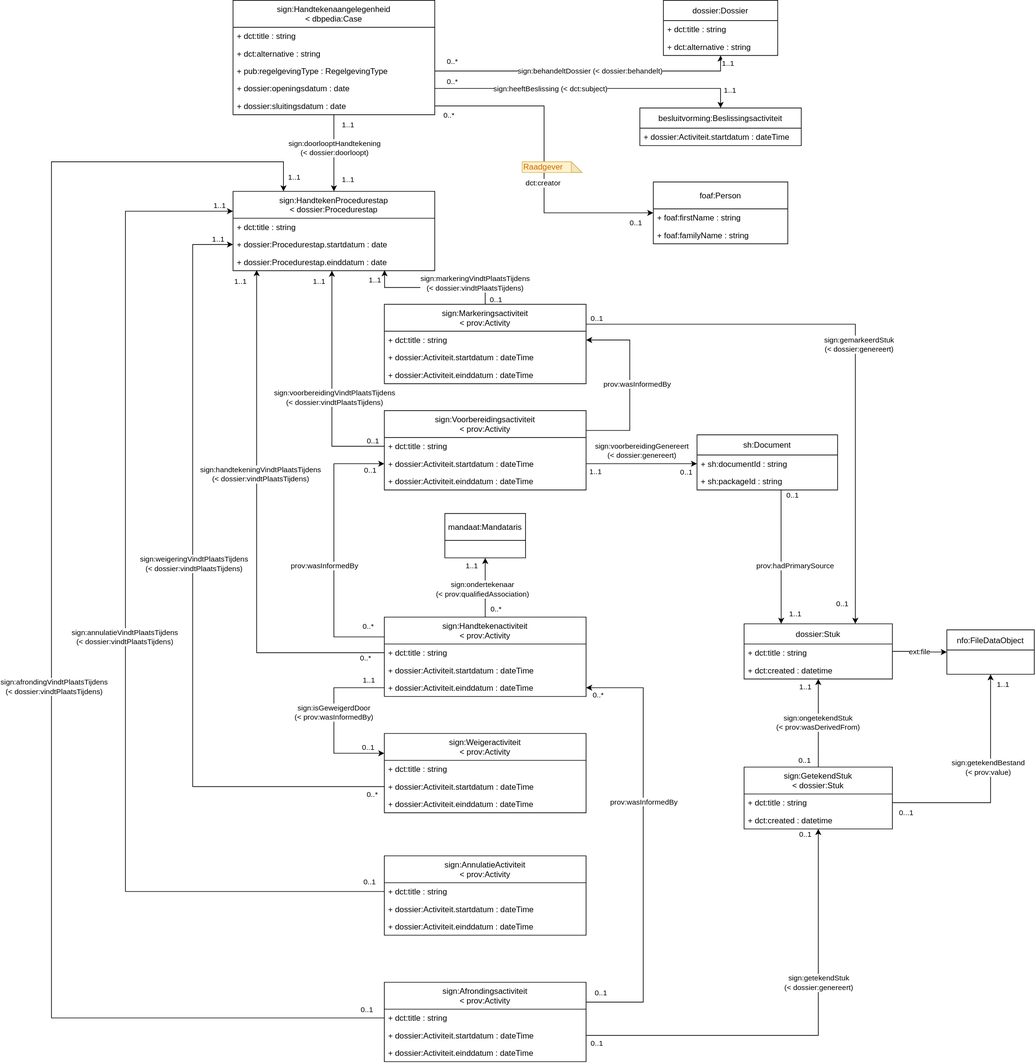
Earlier version of the draw.io export images/signing-flow-data-model.svg (kanselarij-vlaanderen/kaleidos-documentation). Source tidied: cells renumbered, new cells last; positions are measured from the earlier drawing's top-left corner, leaving out a move shared by most shapes.
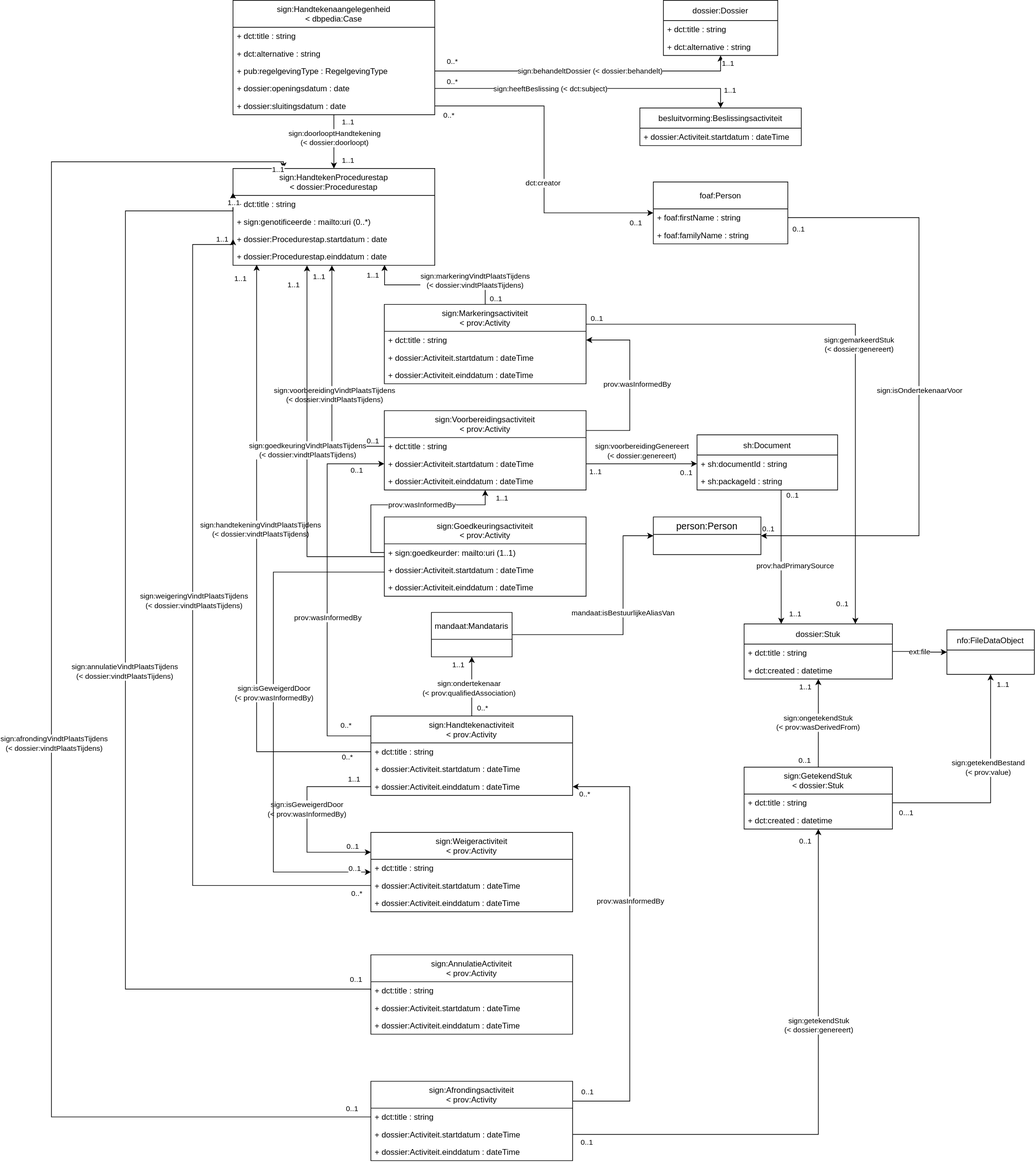
After the commit.

Commit message:
add goedkeurder to signing-flow data-model

Diff of the diagram source:
```diff
@@ -3,16 +3,19 @@
     <mxCell id="0" />
     <mxCell id="1" parent="0" />
     <mxCell id="2" value="sign:HandtekenProcedurestap&#10;&lt; dossier:Procedurestap" style="swimlane;fontStyle=0;horizontal=1;startSize=40;fillColor=none;" parent="1" vertex="1">
-      <mxGeometry x="270" y="284" width="300" height="118" as="geometry" />
+      <mxGeometry x="270" y="250" width="300" height="144" as="geometry" />
     </mxCell>
     <mxCell id="3" value="+ dct:title : string" style="text;strokeColor=none;fillColor=none;align=left;verticalAlign=top;spacingLeft=4;spacingRight=4;overflow=hidden;" parent="2" vertex="1">
       <mxGeometry y="40" width="300" height="26" as="geometry" />
     </mxCell>
+    <mxCell id="139" value="+ sign:genotificeerde : mailto:uri (0..*) " style="text;strokeColor=none;fillColor=none;align=left;verticalAlign=top;spacingLeft=4;spacingRight=4;overflow=hidden;" parent="2" vertex="1">
+      <mxGeometry y="66" width="300" height="26" as="geometry" />
+    </mxCell>
     <mxCell id="4" value="+ dossier:Procedurestap.startdatum : date" style="text;strokeColor=none;fillColor=none;align=left;verticalAlign=top;spacingLeft=4;spacingRight=4;overflow=hidden;points=[[0,0.5],[1,0.5]];portConstraint=eastwest;" parent="2" vertex="1">
-      <mxGeometry y="66" width="300" height="26" as="geometry" />
+      <mxGeometry y="92" width="300" height="26" as="geometry" />
     </mxCell>
     <mxCell id="5" value="+ dossier:Procedurestap.einddatum : date" style="text;strokeColor=none;fillColor=none;align=left;verticalAlign=top;spacingLeft=4;spacingRight=4;overflow=hidden;points=[[0,0.5],[1,0.5]];portConstraint=eastwest;" parent="2" vertex="1">
-      <mxGeometry y="92" width="300" height="26" as="geometry" />
+      <mxGeometry y="118" width="300" height="26" as="geometry" />
     </mxCell>
     <mxCell id="6" style="edgeStyle=orthogonalEdgeStyle;rounded=0;jettySize=auto;html=1;" parent="1" edge="1" source="10" target="2">
       <mxGeometry relative="1" as="geometry" />
@@ -96,7 +99,11 @@
       </mxGeometry>
     </mxCell>
     <mxCell id="29" style="edgeStyle=orthogonalEdgeStyle;rounded=0;jettySize=auto;html=1;exitX=0;exitY=0.5;exitDx=0;exitDy=0;entryX=0.117;entryY=0.962;entryDx=0;entryDy=0;entryPerimeter=0;" parent="1" edge="1" source="34" target="5">
-      <mxGeometry relative="1" as="geometry" />
+      <mxGeometry relative="1" as="geometry">
+        <Array as="points">
+          <mxPoint x="305" y="1117" />
+        </Array>
+      </mxGeometry>
     </mxCell>
     <mxCell id="30" value="sign:handtekeningVindtPlaatsTijdens&lt;br&gt;(&amp;lt; dossier:vindtPlaatsTijdens)" style="edgeLabel;html=1;align=center;verticalAlign=middle;" parent="29" vertex="1">
       <mxGeometry x="-0.34" y="-4" relative="1" as="geometry">
@@ -114,7 +121,7 @@
       </mxGeometry>
     </mxCell>
     <mxCell id="33" value="sign:Handtekenactiviteit&#10;&lt; prov:Activity" style="swimlane;fontStyle=0;horizontal=1;startSize=40;fillColor=none;" parent="1" vertex="1">
-      <mxGeometry x="495" y="917" width="300" height="118" as="geometry" />
+      <mxGeometry x="475" y="1064" width="300" height="118" as="geometry" />
     </mxCell>
     <mxCell id="34" value="+ dct:title : string" style="text;strokeColor=none;fillColor=none;align=left;verticalAlign=top;spacingLeft=4;spacingRight=4;overflow=hidden;points=[[0,0.5],[1,0.5]];portConstraint=eastwest;" parent="33" vertex="1">
       <mxGeometry y="40" width="300" height="26" as="geometry" />
@@ -273,11 +280,16 @@
         <mxPoint x="11" y="13" as="offset" />
       </mxGeometry>
     </mxCell>
-    <mxCell id="70" value="&lt;font color=&quot;#cc6600&quot;&gt;Raadgever&lt;/font&gt;" style="shape=note;whiteSpace=wrap;html=1;backgroundOutline=1;darkOpacity=0.05;fillColor=#fff2cc;strokeColor=#d6b656;align=left;size=16;" parent="1" vertex="1">
-      <mxGeometry x="700" y="240" width="89" height="16" as="geometry" />
-    </mxCell>
+    <mxCell id="140" style="edgeStyle=orthogonalEdgeStyle;rounded=0;jettySize=auto;html=1;entryX=0;entryY=0.5;entryDx=0;entryDy=0;" parent="1" edge="1" source="71" target="141">
+      <mxGeometry relative="1" as="geometry">
+        <Array as="points">
+          <mxPoint x="850" y="943" />
+          <mxPoint x="850" y="796" />
+        </Array>
+      </mxGeometry>
+    </mxCell>
     <mxCell id="71" value="mandaat:Mandataris" style="swimlane;fontStyle=0;horizontal=1;startSize=40;fillColor=none;" parent="1" vertex="1">
-      <mxGeometry x="585" y="763" width="120" height="66" as="geometry" />
+      <mxGeometry x="565" y="910" width="120" height="66" as="geometry" />
     </mxCell>
     <mxCell id="72" style="edgeStyle=orthogonalEdgeStyle;rounded=0;jettySize=auto;html=1;exitX=0.5;exitY=0;exitDx=0;exitDy=0;" parent="1" edge="1" source="33" target="71">
       <mxGeometry relative="1" as="geometry" />
@@ -300,14 +312,14 @@
     <mxCell id="76" style="edgeStyle=orthogonalEdgeStyle;rounded=0;jettySize=auto;html=1;entryX=0;entryY=0.5;entryDx=0;entryDy=0;exitX=0;exitY=0.25;exitDx=0;exitDy=0;" parent="1" edge="1" source="33" target="49">
       <mxGeometry relative="1" as="geometry">
         <Array as="points">
-          <mxPoint x="420" y="947" />
-          <mxPoint x="420" y="689" />
+          <mxPoint x="410" y="1094" />
+          <mxPoint x="410" y="689" />
         </Array>
       </mxGeometry>
     </mxCell>
     <mxCell id="77" value="prov:wasInformedBy" style="edgeLabel;html=1;align=center;verticalAlign=middle;" parent="76" vertex="1">
       <mxGeometry x="-0.19" y="2" relative="1" as="geometry">
-        <mxPoint x="-13" y="-15" as="offset" />
+        <mxPoint x="2" y="-15" as="offset" />
       </mxGeometry>
     </mxCell>
     <mxCell id="78" value="0..1" style="edgeLabel;html=1;align=center;verticalAlign=middle;" parent="76" vertex="1">
@@ -358,7 +370,7 @@
     <mxCell id="88" style="edgeStyle=orthogonalEdgeStyle;rounded=0;jettySize=auto;html=1;entryX=0;entryY=0.5;entryDx=0;entryDy=0;exitX=0;exitY=0.5;exitDx=0;exitDy=0;" parent="1" edge="1" source="94" target="4">
       <mxGeometry relative="1" as="geometry">
         <Array as="points">
-          <mxPoint x="210" y="1169" />
+          <mxPoint x="210" y="1316" />
           <mxPoint x="210" y="363" />
         </Array>
       </mxGeometry>
@@ -377,7 +389,7 @@
       </mxGeometry>
     </mxCell>
     <mxCell id="92" value="sign:Weigeractiviteit&#10;&lt; prov:Activity" style="swimlane;fontStyle=0;horizontal=1;startSize=40;fillColor=none;" parent="1" vertex="1">
-      <mxGeometry x="495" y="1090" width="300" height="118" as="geometry" />
+      <mxGeometry x="475" y="1237" width="300" height="118" as="geometry" />
     </mxCell>
     <mxCell id="93" value="+ dct:title : string" style="text;strokeColor=none;fillColor=none;align=left;verticalAlign=top;spacingLeft=4;spacingRight=4;overflow=hidden;" parent="92" vertex="1">
       <mxGeometry y="40" width="300" height="26" as="geometry" />
@@ -391,8 +403,9 @@
     <mxCell id="96" style="edgeStyle=orthogonalEdgeStyle;rounded=0;jettySize=auto;html=1;exitX=0;exitY=0.5;exitDx=0;exitDy=0;entryX=0;entryY=0.25;entryDx=0;entryDy=0;" parent="1" edge="1" source="36" target="92">
       <mxGeometry relative="1" as="geometry">
         <Array as="points">
-          <mxPoint x="420" y="1022" />
-          <mxPoint x="420" y="1120" />
+          <mxPoint x="380" y="1169" />
+          <mxPoint x="380" y="1267" />
+          <mxPoint x="475" y="1267" />
         </Array>
       </mxGeometry>
     </mxCell>
@@ -412,8 +425,9 @@
     <mxCell id="100" style="edgeStyle=orthogonalEdgeStyle;rounded=0;jettySize=auto;html=1;entryX=0;entryY=0.25;entryDx=0;entryDy=0;exitX=0;exitY=0.5;exitDx=0;exitDy=0;" parent="1" edge="1" source="105" target="2">
       <mxGeometry relative="1" as="geometry">
         <Array as="points">
-          <mxPoint x="110" y="1325" />
-          <mxPoint x="110" y="314" />
+          <mxPoint x="475" y="1470" />
+          <mxPoint x="110" y="1470" />
+          <mxPoint x="110" y="313" />
         </Array>
       </mxGeometry>
     </mxCell>
@@ -431,7 +445,7 @@
       </mxGeometry>
     </mxCell>
     <mxCell id="104" value="sign:AnnulatieActiviteit&#10;&lt; prov:Activity" style="swimlane;fontStyle=0;horizontal=1;startSize=40;fillColor=none;" parent="1" vertex="1">
-      <mxGeometry x="495" y="1272" width="300" height="118" as="geometry" />
+      <mxGeometry x="475" y="1419" width="300" height="118" as="geometry" />
     </mxCell>
     <mxCell id="105" value="+ dct:title : string" style="text;strokeColor=none;fillColor=none;align=left;verticalAlign=top;spacingLeft=4;spacingRight=4;overflow=hidden;points=[[0,0.5],[1,0.5]];portConstraint=eastwest;" parent="104" vertex="1">
       <mxGeometry y="40" width="300" height="26" as="geometry" />
@@ -445,7 +459,7 @@
     <mxCell id="108" style="edgeStyle=orthogonalEdgeStyle;rounded=0;jettySize=auto;html=1;entryX=0.25;entryY=0;entryDx=0;entryDy=0;exitX=0;exitY=0.5;exitDx=0;exitDy=0;" parent="1" edge="1" source="113" target="2">
       <mxGeometry relative="1" as="geometry">
         <Array as="points">
-          <mxPoint y="1513" />
+          <mxPoint y="1660" />
           <mxPoint y="240" />
           <mxPoint x="345" y="240" />
         </Array>
@@ -465,7 +479,7 @@
       </mxGeometry>
     </mxCell>
     <mxCell id="112" value="sign:Afrondingsactiviteit&#10;&lt; prov:Activity" style="swimlane;fontStyle=0;horizontal=1;startSize=40;fillColor=none;" parent="1" vertex="1">
-      <mxGeometry x="495" y="1460" width="300" height="118" as="geometry" />
+      <mxGeometry x="475" y="1607" width="300" height="118" as="geometry" />
     </mxCell>
     <mxCell id="113" value="+ dct:title : string" style="text;strokeColor=none;fillColor=none;align=left;verticalAlign=top;spacingLeft=4;spacingRight=4;overflow=hidden;points=[[0,0.5],[1,0.5]];portConstraint=eastwest;" parent="112" vertex="1">
       <mxGeometry y="40" width="300" height="26" as="geometry" />
@@ -479,8 +493,8 @@
     <mxCell id="116" style="edgeStyle=orthogonalEdgeStyle;rounded=0;jettySize=auto;html=1;exitX=1;exitY=0.25;exitDx=0;exitDy=0;" parent="1" edge="1" source="112" target="36">
       <mxGeometry relative="1" as="geometry">
         <Array as="points">
-          <mxPoint x="880" y="1490" />
-          <mxPoint x="880" y="1022" />
+          <mxPoint x="860" y="1637" />
+          <mxPoint x="860" y="1169" />
         </Array>
       </mxGeometry>
     </mxCell>
@@ -570,5 +584,92 @@
         <mxPoint x="5" y="12" as="offset" />
       </mxGeometry>
     </mxCell>
+    <mxCell id="141" value="person:Person" style="swimlane;fontStyle=0;horizontal=1;startSize=26;align=center;fontSize=14;" parent="1" vertex="1">
+      <mxGeometry x="895" y="768" width="160" height="56" as="geometry" />
+    </mxCell>
+    <mxCell id="142" value="mandaat:isBestuurlijkeAliasVan" style="edgeLabel;html=1;align=center;verticalAlign=middle;" parent="1" vertex="1">
+      <mxGeometry x="850" y="910" as="geometry" />
+    </mxCell>
+    <mxCell id="143" style="edgeStyle=orthogonalEdgeStyle;rounded=0;jettySize=auto;html=1;exitX=1;exitY=0.5;exitDx=0;exitDy=0;" parent="1" edge="1" source="64" target="141">
+      <mxGeometry relative="1" as="geometry">
+        <Array as="points">
+          <mxPoint x="1290" y="323" />
+          <mxPoint x="1290" y="796" />
+        </Array>
+      </mxGeometry>
+    </mxCell>
+    <mxCell id="144" value="sign:isOndertekenaarVoor" style="edgeLabel;html=1;align=center;verticalAlign=middle;" parent="1" vertex="1">
+      <mxGeometry x="1290" y="580" as="geometry" />
+    </mxCell>
+    <mxCell id="145" style="edgeStyle=orthogonalEdgeStyle;rounded=0;jettySize=auto;html=1;" parent="1" edge="1" source="147" target="2">
+      <mxGeometry relative="1" as="geometry">
+        <Array as="points">
+          <mxPoint x="380" y="827" />
+        </Array>
+      </mxGeometry>
+    </mxCell>
+    <mxCell id="146" style="edgeStyle=orthogonalEdgeStyle;rounded=0;jettySize=auto;html=1;" parent="1" edge="1" source="147" target="92">
+      <mxGeometry relative="1" as="geometry">
+        <Array as="points">
+          <mxPoint x="330" y="850" />
+          <mxPoint x="330" y="1296" />
+        </Array>
+      </mxGeometry>
+    </mxCell>
+    <mxCell id="147" value="sign:Goedkeuringsactiviteit&#10;&lt; prov:Activity" style="swimlane;fontStyle=0;horizontal=1;startSize=40;fillColor=none;" parent="1" vertex="1">
+      <mxGeometry x="495" y="768" width="300" height="118" as="geometry" />
+    </mxCell>
+    <mxCell id="148" value="+ sign:goedkeurder: mailto:uri (1..1)" style="text;strokeColor=none;fillColor=none;align=left;verticalAlign=top;spacingLeft=4;spacingRight=4;overflow=hidden;points=[[0,0.5],[1,0.5]];portConstraint=eastwest;" parent="147" vertex="1">
+      <mxGeometry y="40" width="300" height="26" as="geometry" />
+    </mxCell>
+    <mxCell id="149" value="+ dossier:Activiteit.startdatum : dateTime" style="text;strokeColor=none;fillColor=none;align=left;verticalAlign=top;spacingLeft=4;spacingRight=4;overflow=hidden;" parent="147" vertex="1">
+      <mxGeometry y="66" width="300" height="26" as="geometry" />
+    </mxCell>
+    <mxCell id="150" value="+ dossier:Activiteit.einddatum : dateTime" style="text;strokeColor=none;fillColor=none;align=left;verticalAlign=top;spacingLeft=4;spacingRight=4;overflow=hidden;" parent="147" vertex="1">
+      <mxGeometry y="92" width="300" height="26" as="geometry" />
+    </mxCell>
+    <mxCell id="151" style="edgeStyle=orthogonalEdgeStyle;rounded=0;jettySize=auto;html=1;" parent="1" edge="1" source="148" target="47">
+      <mxGeometry relative="1" as="geometry">
+        <Array as="points">
+          <mxPoint x="475" y="821" />
+          <mxPoint x="475" y="750" />
+          <mxPoint x="645" y="750" />
+        </Array>
+      </mxGeometry>
+    </mxCell>
+    <mxCell id="152" value="prov:wasInformedBy" style="edgeLabel;html=1;align=center;verticalAlign=middle;" parent="1" vertex="1">
+      <mxGeometry x="550" y="750" as="geometry" />
+    </mxCell>
+    <mxCell id="153" value="&lt;div&gt;sign:goedkeuringVindtPlaatsTijdens&lt;/div&gt;(&amp;lt; dossier:vindtPlaatsTijdens)" style="edgeLabel;html=1;align=center;verticalAlign=middle;" parent="1" vertex="1">
+      <mxGeometry x="380" y="669" as="geometry" />
+    </mxCell>
+    <mxCell id="154" value="sign:isGeweigerdDoor&lt;br&gt;(&amp;lt; prov:wasInformedBy)" style="edgeLabel;html=1;align=center;verticalAlign=middle;" parent="1" vertex="1">
+      <mxGeometry x="330" y="1030" as="geometry" />
+    </mxCell>
+    <mxCell id="155" value="0..1" style="edgeLabel;html=1;align=center;verticalAlign=middle;" parent="1" vertex="1">
+      <mxGeometry x="460.6" y="1270" as="geometry">
+        <mxPoint x="-10" y="20" as="offset" />
+      </mxGeometry>
+    </mxCell>
+    <mxCell id="156" value="1..1" style="edgeLabel;html=1;align=center;verticalAlign=middle;" parent="1" vertex="1">
+      <mxGeometry x="475" y="708" as="geometry">
+        <mxPoint x="194" y="31" as="offset" />
+      </mxGeometry>
+    </mxCell>
+    <mxCell id="157" value="0..1" style="edgeLabel;html=1;align=center;verticalAlign=middle;" parent="1" vertex="1">
+      <mxGeometry x="877.7" y="340" as="geometry">
+        <mxPoint x="233" y="-1" as="offset" />
+      </mxGeometry>
+    </mxCell>
+    <mxCell id="158" value="0..1" style="edgeLabel;html=1;align=center;verticalAlign=middle;" parent="1" vertex="1">
+      <mxGeometry x="960" y="590" as="geometry">
+        <mxPoint x="105" y="195" as="offset" />
+      </mxGeometry>
+    </mxCell>
+    <mxCell id="159" value="1..1" style="edgeLabel;html=1;align=center;verticalAlign=middle;" parent="1" vertex="1">
+      <mxGeometry x="410" y="440" as="geometry">
+        <mxPoint x="-51" y="-18" as="offset" />
+      </mxGeometry>
+    </mxCell>
   </root>
 </mxGraphModel>
```
